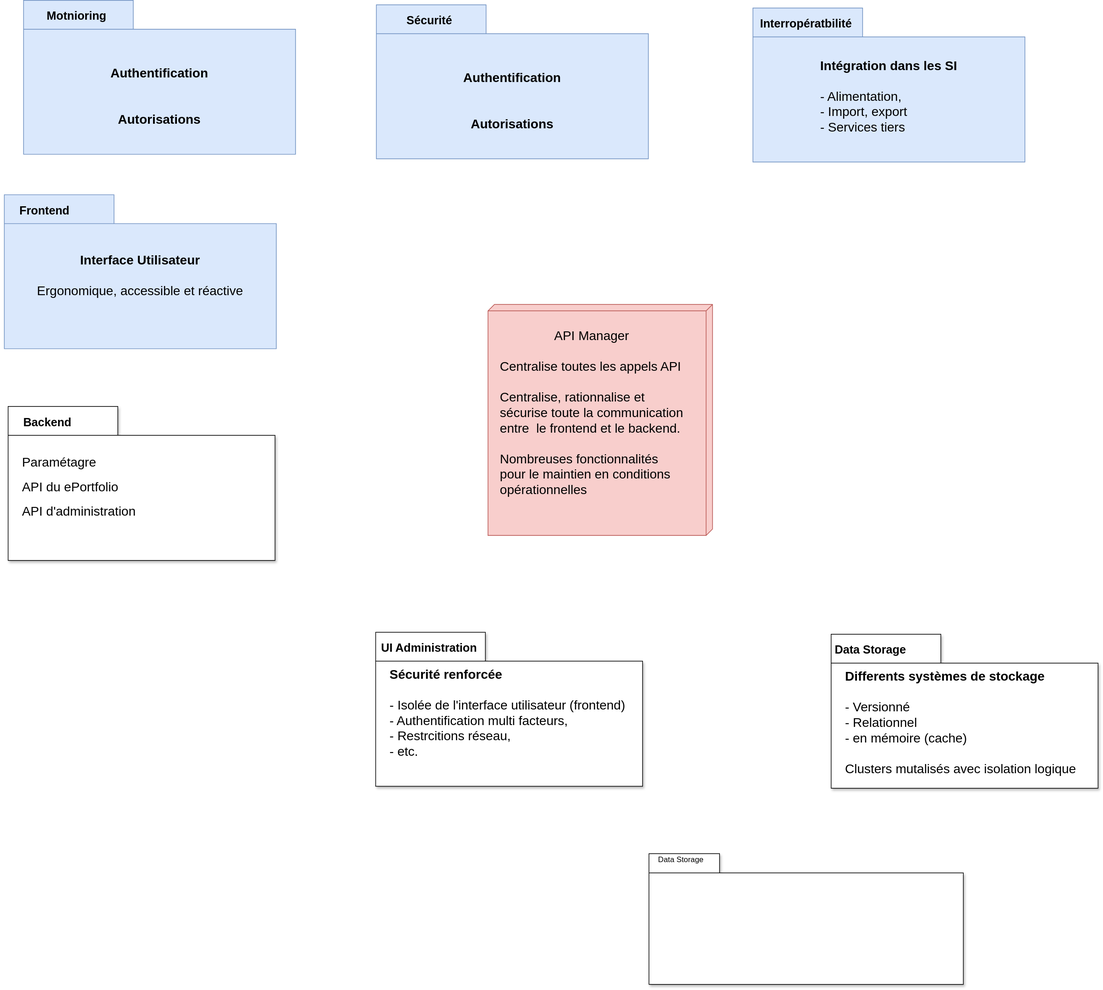
Above: assets/images/architecture-simple-view.svg in avenirs-esr/dev-doc (draw.io), before the change. Source tidied: cells renumbered, new cells last; positions are measured from the earlier drawing's top-left corner, leaving out a move shared by most shapes.
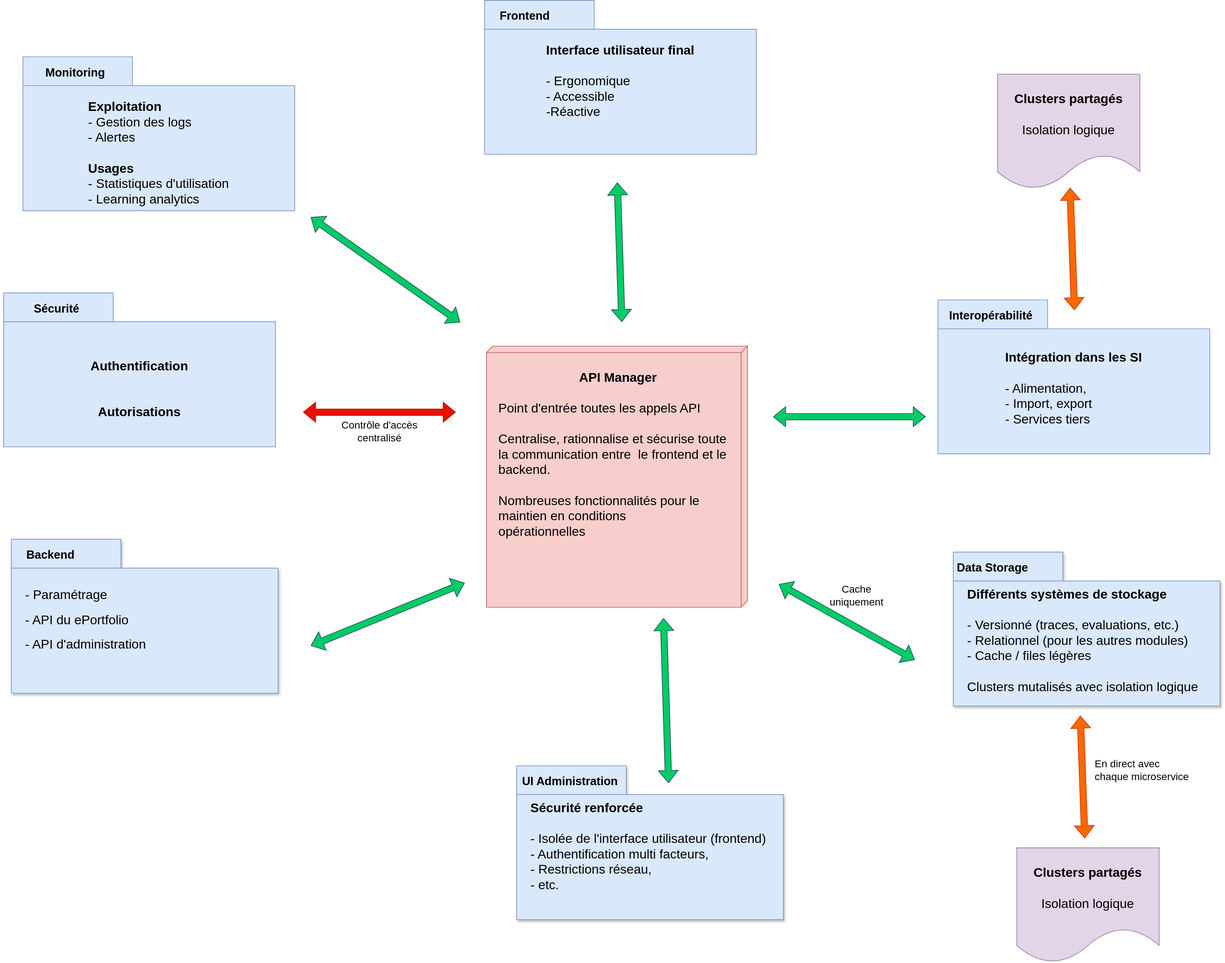
The same file after the commit.

Commit message:
doc: siple view diagram

What changed in the source:
```diff
@@ -5,6 +5,6 @@
     <mxCell id="2" value="Front Office" parent="0" />
-    <mxCell id="3" style="group;" parent="2" vertex="1">
-      <mxGeometry x="1" y="303" width="429" height="240" as="geometry" />
+    <mxCell id="3" style="group;shadow=0;" parent="2" vertex="1">
+      <mxGeometry x="752" y="-65" width="429" height="240" as="geometry" />
     </mxCell>
-    <mxCell id="4" value="&lt;font style=&quot;font-size: 20px;&quot;&gt;Interface Utilisateur&lt;br&gt;&lt;br&gt;&lt;span style=&quot;font-weight: normal;&quot;&gt;Ergonomique, accessible et réactive&lt;/span&gt;&lt;/font&gt;" style="shape=folder;fontStyle=1;spacingTop=10;tabWidth=171;tabHeight=45;tabPosition=left;html=1;whiteSpace=wrap;shadow=0;fillColor=#dae8fc;strokeColor=#6c8ebf;" parent="3" vertex="1">
+    <mxCell id="4" value="&lt;font style=&quot;font-size: 20px;&quot;&gt;Interface utilisateur final&lt;br&gt;&lt;br&gt;&lt;div style=&quot;text-align: left;&quot;&gt;&lt;span style=&quot;font-weight: normal; background-color: transparent; color: light-dark(rgb(0, 0, 0), rgb(255, 255, 255));&quot;&gt;- Ergonomique&lt;/span&gt;&lt;/div&gt;&lt;/font&gt;&lt;div style=&quot;text-align: left;&quot;&gt;&lt;font style=&quot;font-size: 20px;&quot;&gt;&lt;span style=&quot;font-weight: normal;&quot;&gt;- Accessible&amp;nbsp;&lt;/span&gt;&lt;/font&gt;&lt;/div&gt;&lt;div style=&quot;text-align: left;&quot;&gt;&lt;font style=&quot;font-size: 20px;&quot;&gt;&lt;span style=&quot;font-weight: normal;&quot;&gt;-Réactive&lt;/span&gt;&lt;/font&gt;&lt;/div&gt;" style="shape=folder;fontStyle=1;spacingTop=10;tabWidth=171;tabHeight=45;tabPosition=left;html=1;whiteSpace=wrap;shadow=0;fillColor=#dae8fc;strokeColor=#6c8ebf;" parent="3" vertex="1">
       <mxGeometry x="5" width="424" height="240" as="geometry" />
@@ -15,5 +15,5 @@
     <mxCell id="6" style="group;" parent="2" vertex="1">
-      <mxGeometry x="7" y="633" width="421" height="240" as="geometry" />
+      <mxGeometry x="14" y="775" width="421" height="240" as="geometry" />
     </mxCell>
-    <mxCell id="7" value="&lt;span style=&quot;font-size: 20px; font-weight: 400;&quot;&gt;Paramétagre&lt;br&gt;&lt;/span&gt;&lt;br style=&quot;font-size: 20px; font-weight: 400;&quot;&gt;&lt;span style=&quot;font-size: 20px; font-weight: 400;&quot;&gt;API du ePortfolio&lt;br&gt;&lt;/span&gt;&lt;br style=&quot;font-size: 20px; font-weight: 400;&quot;&gt;&lt;span style=&quot;font-size: 20px; font-weight: 400;&quot;&gt;API d'administration&lt;/span&gt;" style="shape=folder;fontStyle=1;spacingTop=10;tabWidth=171;tabHeight=45;tabPosition=left;html=1;whiteSpace=wrap;shadow=1;align=left;spacingLeft=20;" parent="6" vertex="1">
+    <mxCell id="7" value="&lt;span style=&quot;font-size: 20px; font-weight: 400;&quot;&gt;- Paramétrage&lt;br&gt;&lt;/span&gt;&lt;br style=&quot;font-size: 20px; font-weight: 400;&quot;&gt;&lt;span style=&quot;font-size: 20px; font-weight: 400;&quot;&gt;- API du ePortfolio&lt;br&gt;&lt;/span&gt;&lt;br style=&quot;font-size: 20px; font-weight: 400;&quot;&gt;&lt;span style=&quot;font-size: 20px; font-weight: 400;&quot;&gt;- API d'administration&lt;/span&gt;" style="shape=folder;fontStyle=1;spacingTop=10;tabWidth=171;tabHeight=45;tabPosition=left;html=1;whiteSpace=wrap;shadow=1;align=left;spacingLeft=20;fillColor=#dae8fc;strokeColor=#6c8ebf;" parent="6" vertex="1">
       <mxGeometry x="4.9" width="416.1" height="240" as="geometry" />
@@ -24,5 +24,5 @@
     <mxCell id="9" style="group;" parent="2" vertex="1">
-      <mxGeometry x="580" y="985" width="421" height="240" as="geometry" />
+      <mxGeometry x="802" y="1128" width="421" height="240" as="geometry" />
     </mxCell>
-    <mxCell id="10" value="&lt;span style=&quot;font-size: 20px; text-align: center;&quot;&gt;Sécurité renforcée &lt;br&gt;&lt;br&gt;&lt;span style=&quot;font-weight: 400;&quot;&gt;- Isolée de l'interface utilisateur (frontend)&lt;/span&gt;&lt;/span&gt;&lt;div&gt;&lt;span style=&quot;font-size: 20px; text-align: center;&quot;&gt;&lt;span style=&quot;font-weight: 400;&quot;&gt;- Authentification multi facteurs, &lt;/span&gt;&lt;br&gt;&lt;span style=&quot;font-weight: 400;&quot;&gt;- Restrcitions réseau, &lt;br&gt;- etc.&lt;/span&gt;&lt;/span&gt;&lt;/div&gt;" style="shape=folder;fontStyle=1;spacingTop=10;tabWidth=171;tabHeight=45;tabPosition=left;html=1;whiteSpace=wrap;shadow=1;align=left;spacingLeft=20;" parent="9" vertex="1">
+    <mxCell id="10" value="&lt;span style=&quot;font-size: 20px; text-align: center;&quot;&gt;Sécurité renforcée &lt;br&gt;&lt;br&gt;&lt;span style=&quot;font-weight: 400;&quot;&gt;- Isolée de l'interface utilisateur (frontend)&lt;/span&gt;&lt;/span&gt;&lt;div&gt;&lt;span style=&quot;font-size: 20px; text-align: center;&quot;&gt;&lt;span style=&quot;font-weight: 400;&quot;&gt;- Authentification multi facteurs, &lt;/span&gt;&lt;br&gt;&lt;span style=&quot;font-weight: 400;&quot;&gt;- Restrictions réseau, &lt;br&gt;- etc.&lt;/span&gt;&lt;/span&gt;&lt;/div&gt;" style="shape=folder;fontStyle=1;spacingTop=10;tabWidth=171;tabHeight=45;tabPosition=left;html=1;whiteSpace=wrap;shadow=1;align=left;spacingLeft=20;fillColor=#dae8fc;strokeColor=#6c8ebf;" parent="9" vertex="1">
       <mxGeometry x="4.9" width="416.1" height="240" as="geometry" />
@@ -33,5 +33,5 @@
     <mxCell id="12" style="group;" parent="2" vertex="1">
-      <mxGeometry x="1290" y="988" width="421" height="240" as="geometry" />
+      <mxGeometry x="1483" y="795" width="421" height="240" as="geometry" />
     </mxCell>
-    <mxCell id="13" value="&lt;font style=&quot;font-size: 20px;&quot;&gt;&lt;span style=&quot;text-align: center;&quot;&gt;&lt;br&gt;Differents systèmes de stockage&lt;br&gt;&lt;br&gt;&lt;/span&gt;&lt;span style=&quot;font-weight: normal;&quot;&gt;- Versionné&lt;/span&gt;&lt;br&gt;&lt;span style=&quot;font-weight: normal;&quot;&gt;- Relationnel&lt;/span&gt;&lt;br&gt;&lt;span style=&quot;font-weight: normal;&quot;&gt;- en mémoire (cache)&lt;/span&gt;&lt;br&gt;&lt;br style=&quot;text-align: center;&quot;&gt;&lt;span style=&quot;font-weight: normal; text-align: center;&quot;&gt;Clusters mutalisés&amp;nbsp;&lt;/span&gt;&lt;span style=&quot;font-weight: normal; text-align: center;&quot;&gt;avec isolation logique&lt;/span&gt;&lt;/font&gt;" style="shape=folder;fontStyle=1;spacingTop=10;tabWidth=171;tabHeight=45;tabPosition=left;html=1;whiteSpace=wrap;shadow=1;align=left;spacingLeft=20;" parent="12" vertex="1">
+    <mxCell id="13" value="&lt;font style=&quot;font-size: 20px;&quot;&gt;&lt;span style=&quot;text-align: center;&quot;&gt;&lt;br&gt;Différents systèmes de stockage&lt;br&gt;&lt;br&gt;&lt;/span&gt;&lt;span style=&quot;font-weight: normal;&quot;&gt;- Versionné (traces, evaluations, etc.)&lt;/span&gt;&lt;br&gt;&lt;span style=&quot;font-weight: normal;&quot;&gt;- Relationnel (pour les autres modules)&lt;/span&gt;&lt;br&gt;&lt;span style=&quot;font-weight: normal;&quot;&gt;- Cache / files légères&lt;/span&gt;&lt;br&gt;&lt;br style=&quot;text-align: center;&quot;&gt;&lt;span style=&quot;font-weight: normal; text-align: center;&quot;&gt;Clusters mutalisés&amp;nbsp;&lt;/span&gt;&lt;span style=&quot;font-weight: normal; text-align: center;&quot;&gt;avec isolation logique&lt;/span&gt;&lt;/font&gt;" style="shape=folder;fontStyle=1;spacingTop=10;tabWidth=171;tabHeight=45;tabPosition=left;html=1;whiteSpace=wrap;shadow=1;align=left;spacingLeft=20;fillColor=#dae8fc;strokeColor=#6c8ebf;" parent="12" vertex="1">
       <mxGeometry x="4.9" width="416.1" height="240" as="geometry" />
@@ -42,3 +42,3 @@
     <mxCell id="15" style="group;" parent="2" vertex="1">
-      <mxGeometry x="1168" y="12" width="429" height="240" as="geometry" />
+      <mxGeometry x="1459" y="402" width="429" height="240" as="geometry" />
     </mxCell>
@@ -47,3 +47,3 @@
     </mxCell>
-    <mxCell id="17" value="&lt;font style=&quot;font-size: 18px;&quot;&gt;&lt;b style=&quot;&quot;&gt;Interropératbilité&lt;/b&gt;&lt;/font&gt;" style="text;html=1;align=center;verticalAlign=middle;whiteSpace=wrap;rounded=0;" parent="15" vertex="1">
+    <mxCell id="17" value="&lt;font style=&quot;font-size: 18px;&quot;&gt;&lt;b style=&quot;&quot;&gt;Interopérabilité&lt;/b&gt;&lt;/font&gt;" style="text;html=1;align=center;verticalAlign=middle;whiteSpace=wrap;rounded=0;" parent="15" vertex="1">
       <mxGeometry x="20" y="10" width="136" height="30" as="geometry" />
@@ -51,3 +51,3 @@
     <mxCell id="18" style="group;" parent="2" vertex="1">
-      <mxGeometry x="581" y="7" width="429" height="240" as="geometry" />
+      <mxGeometry x="2" y="391" width="429" height="240" as="geometry" />
     </mxCell>
@@ -60,8 +60,8 @@
     <mxCell id="21" style="group;" parent="2" vertex="1">
-      <mxGeometry x="31" width="429" height="240" as="geometry" />
+      <mxGeometry x="31" y="23" width="429" height="240" as="geometry" />
     </mxCell>
-    <mxCell id="22" value="&lt;span style=&quot;font-size: 20px;&quot;&gt;&lt;br&gt;&lt;br&gt;Authentification&lt;br&gt;&lt;br&gt;&lt;br&gt;Autorisations&lt;/span&gt;" style="shape=folder;fontStyle=1;spacingTop=10;tabWidth=171;tabHeight=45;tabPosition=left;html=1;whiteSpace=wrap;shadow=0;fillColor=#dae8fc;strokeColor=#6c8ebf;" parent="21" vertex="1">
-      <mxGeometry x="5" width="424" height="240" as="geometry" />
+    <mxCell id="22" value="&lt;div style=&quot;text-align: left;&quot;&gt;&lt;span style=&quot;font-size: 20px; background-color: transparent; color: light-dark(rgb(0, 0, 0), rgb(255, 255, 255));&quot;&gt;&lt;br&gt;&lt;br&gt;Exploitation&amp;nbsp;&lt;/span&gt;&lt;/div&gt;&lt;div style=&quot;text-align: left;&quot;&gt;&lt;span style=&quot;background-color: transparent; color: light-dark(rgb(0, 0, 0), rgb(255, 255, 255));&quot;&gt;&lt;font style=&quot;font-size: 20px;&quot;&gt;&lt;span style=&quot;font-weight: normal;&quot;&gt;- Gestion des logs&lt;/span&gt;&lt;br&gt;&lt;span style=&quot;font-weight: normal;&quot;&gt;- Alertes&lt;/span&gt;&lt;br&gt;&lt;br&gt;Usages&lt;br&gt;&lt;span style=&quot;font-weight: normal;&quot;&gt;- Statistiques d'utilisation&lt;/span&gt;&lt;br&gt;&lt;span style=&quot;font-weight: normal;&quot;&gt;- Learning analytics&lt;/span&gt;&lt;/font&gt;&lt;/span&gt;&lt;/div&gt;" style="shape=folder;fontStyle=1;spacingTop=10;tabWidth=171;tabHeight=45;tabPosition=left;html=1;whiteSpace=wrap;shadow=0;fillColor=#dae8fc;strokeColor=#6c8ebf;" parent="21" vertex="1">
+      <mxGeometry x="6" width="424" height="240" as="geometry" />
     </mxCell>
-    <mxCell id="23" value="&lt;font style=&quot;font-size: 18px;&quot;&gt;&lt;b style=&quot;&quot;&gt;Motnioring&lt;/b&gt;&lt;/font&gt;" style="text;html=1;align=center;verticalAlign=middle;whiteSpace=wrap;rounded=0;" parent="21" vertex="1">
+    <mxCell id="23" value="&lt;font style=&quot;font-size: 18px;&quot;&gt;&lt;b style=&quot;&quot;&gt;Monitoring&lt;/b&gt;&lt;/font&gt;" style="text;html=1;align=center;verticalAlign=middle;whiteSpace=wrap;rounded=0;" parent="21" vertex="1">
       <mxGeometry x="20" y="10" width="136" height="30" as="geometry" />
@@ -69,5 +69,2 @@
     <mxCell id="24" value="Back Office" parent="0" />
-    <mxCell id="25" style="group;" parent="24" vertex="1">
-      <mxGeometry y="842" width="347" height="378" as="geometry" />
-    </mxCell>
     <mxCell id="26" value="Security" parent="0" />
@@ -83,8 +80,71 @@
     <mxCell id="36" value="APIM - Communication" parent="0" />
-    <mxCell id="37" style="shape=folder;fontStyle=1;spacingTop=10;tabWidth=110;tabHeight=30;tabPosition=left;html=1;whiteSpace=wrap;shadow=1;" parent="36" vertex="1">
-      <mxGeometry x="1011" y="1330" width="490" height="203.8" as="geometry" />
-    </mxCell>
-    <mxCell id="38" value="&lt;div&gt;Data Storage&lt;/div&gt;" style="text;html=1;align=center;verticalAlign=middle;whiteSpace=wrap;rounded=0;" parent="36" vertex="1">
-      <mxGeometry x="1011" y="1332.7" width="100" height="13.6" as="geometry" />
-    </mxCell>
+    <mxCell id="47" style="shape=flexArrow;endArrow=classic;startArrow=classic;html=1;rounded=0;fillColor=#00CC66;strokeColor=#23445d;" parent="36" edge="1">
+      <mxGeometry relative="1" as="geometry">
+        <mxPoint x="486" y="273" as="sourcePoint" />
+        <mxPoint x="719" y="437" as="targetPoint" />
+      </mxGeometry>
+    </mxCell>
+    <mxCell id="48" style="shape=flexArrow;endArrow=classic;startArrow=classic;html=1;rounded=0;fillColor=#00CC66;strokeColor=#23445d;entryX=0.001;entryY=0.678;entryDx=0;entryDy=0;entryPerimeter=0;" parent="36" edge="1">
+      <mxGeometry relative="1" as="geometry">
+        <mxPoint x="964" y="219" as="sourcePoint" />
+        <mxPoint x="971.1" y="436.4" as="targetPoint" />
+      </mxGeometry>
+    </mxCell>
+    <mxCell id="49" style="shape=flexArrow;endArrow=classic;startArrow=classic;html=1;rounded=0;fillColor=#e51400;strokeColor=#B20000;" parent="36" edge="1">
+      <mxGeometry relative="1" as="geometry">
+        <mxPoint x="474" y="577" as="sourcePoint" />
+        <mxPoint x="712" y="577" as="targetPoint" />
+      </mxGeometry>
+    </mxCell>
+    <mxCell id="50" style="shape=flexArrow;endArrow=classic;startArrow=classic;html=1;rounded=0;fillColor=#00CC66;strokeColor=#23445d;" parent="36" edge="1">
+      <mxGeometry relative="1" as="geometry">
+        <mxPoint x="486" y="941" as="sourcePoint" />
+        <mxPoint x="726" y="843" as="targetPoint" />
+      </mxGeometry>
+    </mxCell>
+    <mxCell id="51" style="shape=flexArrow;endArrow=classic;startArrow=classic;html=1;rounded=0;fillColor=#00CC66;strokeColor=#23445d;" parent="36" edge="1">
+      <mxGeometry relative="1" as="geometry">
+        <mxPoint x="1207" y="584" as="sourcePoint" />
+        <mxPoint x="1445" y="584" as="targetPoint" />
+      </mxGeometry>
+    </mxCell>
+    <mxCell id="52" style="shape=flexArrow;endArrow=classic;startArrow=classic;html=1;rounded=0;fillColor=#00CC66;strokeColor=#23445d;" parent="36" edge="1">
+      <mxGeometry relative="1" as="geometry">
+        <mxPoint x="1036" y="898" as="sourcePoint" />
+        <mxPoint x="1044" y="1155" as="targetPoint" />
+      </mxGeometry>
+    </mxCell>
+    <mxCell id="53" style="shape=flexArrow;endArrow=classic;startArrow=classic;html=1;rounded=0;fillColor=#00CC66;strokeColor=#23445d;" parent="36" edge="1">
+      <mxGeometry relative="1" as="geometry">
+        <mxPoint x="1428" y="963" as="sourcePoint" />
+        <mxPoint x="1216" y="845" as="targetPoint" />
+      </mxGeometry>
+    </mxCell>
+    <mxCell id="54" value="&lt;font style=&quot;font-size: 16px;&quot;&gt;Contrôle d'accès&lt;br&gt;centralisé&lt;/font&gt;" style="text;html=1;align=center;verticalAlign=middle;whiteSpace=wrap;rounded=0;" parent="36" vertex="1">
+      <mxGeometry x="522" y="592" width="143" height="30" as="geometry" />
+    </mxCell>
+    <mxCell id="55" value="&lt;span style=&quot;font-size: 16px;&quot;&gt;Cache &lt;br&gt;uniquement&lt;/span&gt;" style="text;html=1;align=center;verticalAlign=middle;whiteSpace=wrap;rounded=0;" parent="36" vertex="1">
+      <mxGeometry x="1266" y="848" width="143" height="30" as="geometry" />
+    </mxCell>
+    <mxCell id="56" style="shape=flexArrow;endArrow=classic;startArrow=classic;html=1;rounded=0;fillColor=#fa6800;strokeColor=#C73500;" parent="36" edge="1">
+      <mxGeometry relative="1" as="geometry">
+        <mxPoint x="1693" y="1241" as="sourcePoint" />
+        <mxPoint x="1686" y="1050" as="targetPoint" />
+      </mxGeometry>
+    </mxCell>
+    <mxCell id="57" value="&lt;span style=&quot;font-size: 16px;&quot;&gt;En direct avec chaque microservice&lt;/span&gt;" style="text;html=1;align=left;verticalAlign=middle;whiteSpace=wrap;rounded=0;" parent="36" vertex="1">
+      <mxGeometry x="1707" y="1117" width="149" height="36" as="geometry" />
+    </mxCell>
+    <mxCell id="58" value="&lt;font style=&quot;font-size: 20px;&quot;&gt;&lt;b&gt;Clusters partagés&lt;/b&gt;&lt;br&gt;&lt;br&gt;Isolation logique&lt;/font&gt;" style="shape=document;whiteSpace=wrap;html=1;boundedLbl=1;fillColor=#e1d5e7;strokeColor=#9673a6;" parent="36" vertex="1">
+      <mxGeometry x="1587" y="1256" width="222" height="179" as="geometry" />
+    </mxCell>
+    <mxCell id="59" style="shape=flexArrow;endArrow=classic;startArrow=classic;html=1;rounded=0;fillColor=#fa6800;strokeColor=#C73500;" parent="36" edge="1">
+      <mxGeometry relative="1" as="geometry">
+        <mxPoint x="1677" y="418" as="sourcePoint" />
+        <mxPoint x="1670" y="227" as="targetPoint" />
+      </mxGeometry>
+    </mxCell>
+    <mxCell id="60" value="&lt;font style=&quot;font-size: 20px;&quot;&gt;&lt;b&gt;Clusters partagés&lt;/b&gt;&lt;br&gt;&lt;br&gt;Isolation logique&lt;/font&gt;" style="shape=document;whiteSpace=wrap;html=1;boundedLbl=1;fillColor=#e1d5e7;strokeColor=#9673a6;" parent="36" vertex="1">
+      <mxGeometry x="1557" y="50" width="222" height="179" as="geometry" />
+    </mxCell>
     <mxCell id="39" value="APIM - Security" parent="0" />
@@ -94,6 +154,6 @@
     <mxCell id="41" value="&lt;div&gt;&lt;br&gt;&lt;/div&gt;" style="verticalAlign=top;align=left;spacingTop=8;spacingLeft=2;spacingRight=12;shape=cube;size=10;direction=south;fontStyle=4;html=1;whiteSpace=wrap;backgroundColor=red;fillColor=#f8cecc;strokeColor=#b85450;" parent="40" vertex="1">
-      <mxGeometry x="-10" y="-40" width="350" height="360" as="geometry" />
+      <mxGeometry x="-10" y="-40" width="407" height="407" as="geometry" />
     </mxCell>
-    <mxCell id="42" value="&lt;font style=&quot;font-size: 20px;&quot;&gt;API Manager&lt;br&gt;&lt;br&gt;&lt;div style=&quot;text-align: left;&quot;&gt;&lt;span style=&quot;background-color: transparent; color: light-dark(rgb(0, 0, 0), rgb(255, 255, 255));&quot;&gt;Centralise toutes les appels API&lt;br&gt;&lt;br&gt;Centralise, rationnalise et sécurise toute la communication entre&amp;nbsp; le frontend et le backend.&lt;br&gt;&lt;br&gt;Nombreuses fonctionnalités pour le maintien en conditions&amp;nbsp;&lt;br&gt;opérationnelles&lt;/span&gt;&lt;/div&gt;&lt;/font&gt;&lt;div&gt;&lt;br&gt;&lt;/div&gt;" style="text;html=1;align=center;verticalAlign=middle;whiteSpace=wrap;rounded=0;" parent="40" vertex="1">
-      <mxGeometry x="8" y="-22" width="288" height="316" as="geometry" />
+    <mxCell id="42" value="&lt;font style=&quot;font-size: 20px;&quot;&gt;&lt;b&gt;API Manager&lt;br&gt;&lt;/b&gt;&lt;br&gt;&lt;div style=&quot;text-align: left;&quot;&gt;&lt;span style=&quot;background-color: transparent; color: light-dark(rgb(0, 0, 0), rgb(255, 255, 255));&quot;&gt;Point d'entrée toutes les appels API&lt;br&gt;&lt;br&gt;Centralise, rationnalise et sécurise toute la communication entre&amp;nbsp; le frontend et le backend.&lt;br&gt;&lt;br&gt;Nombreuses fonctionnalités pour le maintien en conditions&amp;nbsp;&lt;br&gt;opérationnelles&lt;/span&gt;&lt;/div&gt;&lt;/font&gt;&lt;div&gt;&lt;br&gt;&lt;/div&gt;" style="text;html=1;align=center;verticalAlign=middle;whiteSpace=wrap;rounded=0;" parent="40" vertex="1">
+      <mxGeometry x="8" y="-22" width="375" height="316" as="geometry" />
     </mxCell>
```
